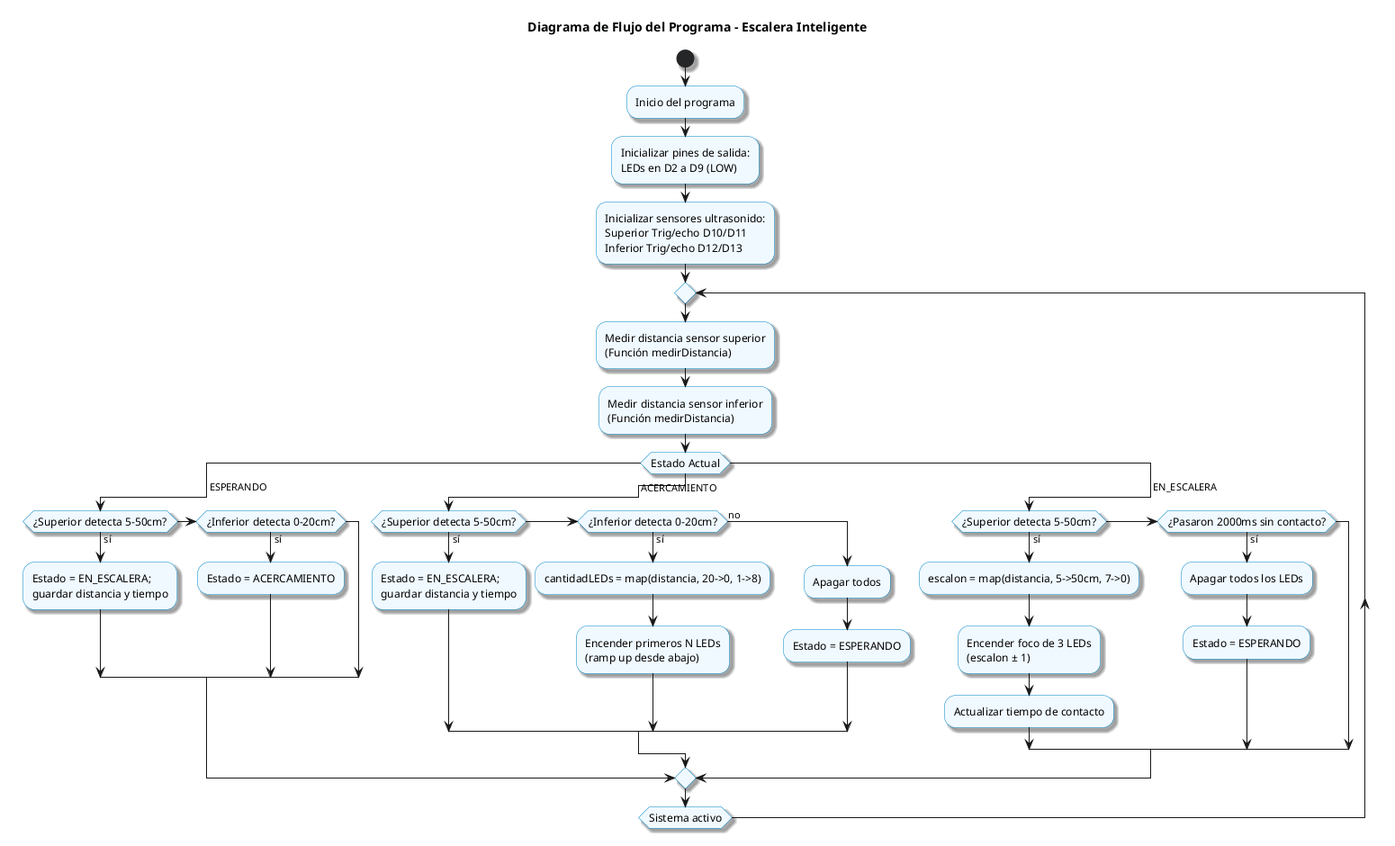
Before: docs/imagenes/diagrama-flujo.png, a diagram exported from PlantUML (Stirven0/Lus-Escaleras-Arduino).
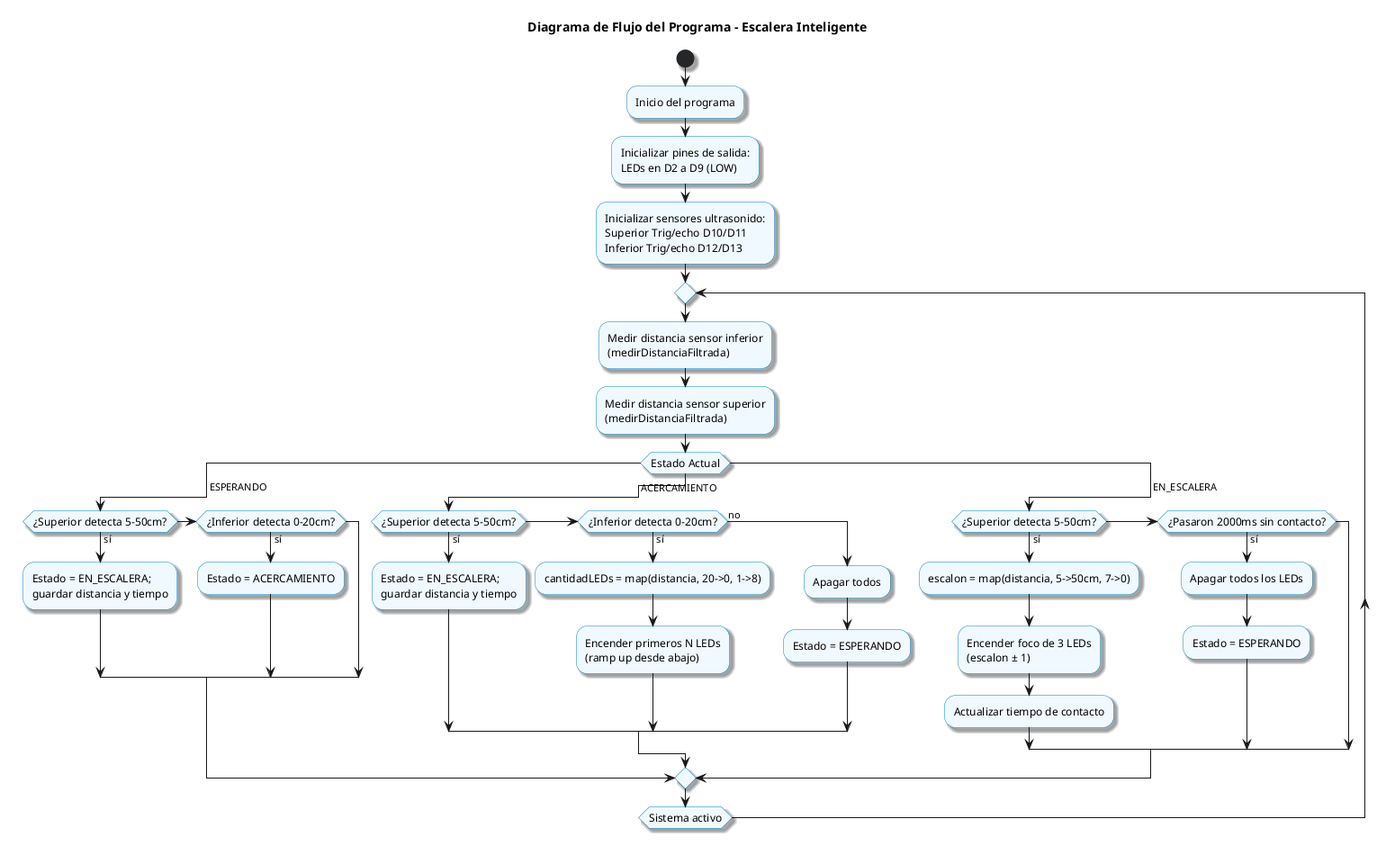
The same diagram one commit later.

The edit, as a diff of the source:
```diff
@@ -18,8 +18,8 @@
 :Inicializar sensores ultrasonido:\nSuperior Trig/echo D10/D11\nInferior Trig/echo D12/D13;
 
 repeat
-  :Medir distancia sensor superior\n(Función medirDistancia);
-  :Medir distancia sensor inferior\n(Función medirDistancia);
+  :Medir distancia sensor inferior\n(medirDistanciaFiltrada);
+  :Medir distancia sensor superior\n(medirDistanciaFiltrada);
 
   switch (Estado Actual)
   case ( ESPERANDO )
```
